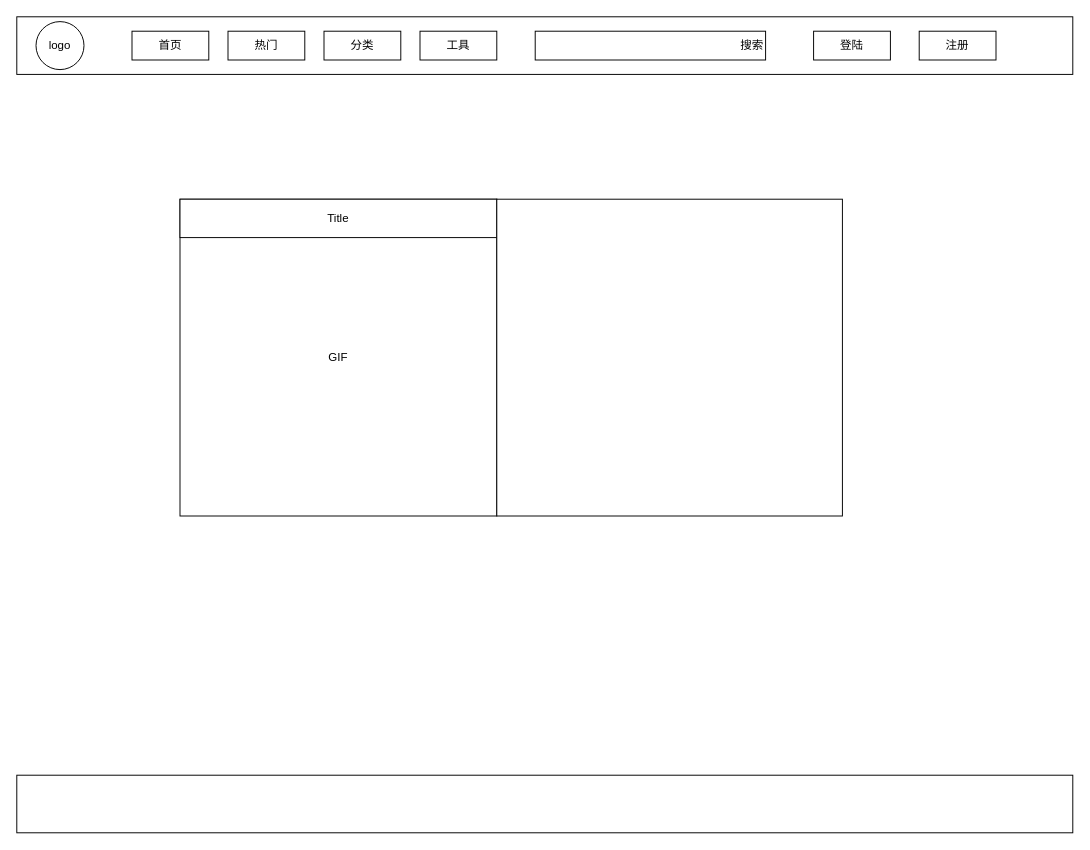
The draw.io diagram page "login&Register" (6 of 7) of gif.drawio in goldmine/base, before the edit. Source tidied: cells renumbered, new cells numbered last; positions are measured from the earlier drawing's top-left corner, leaving out a move shared by most shapes. Both pictures are drawn from the tidied source at 96%, with x=0, y=0 at pixel (16, 16).
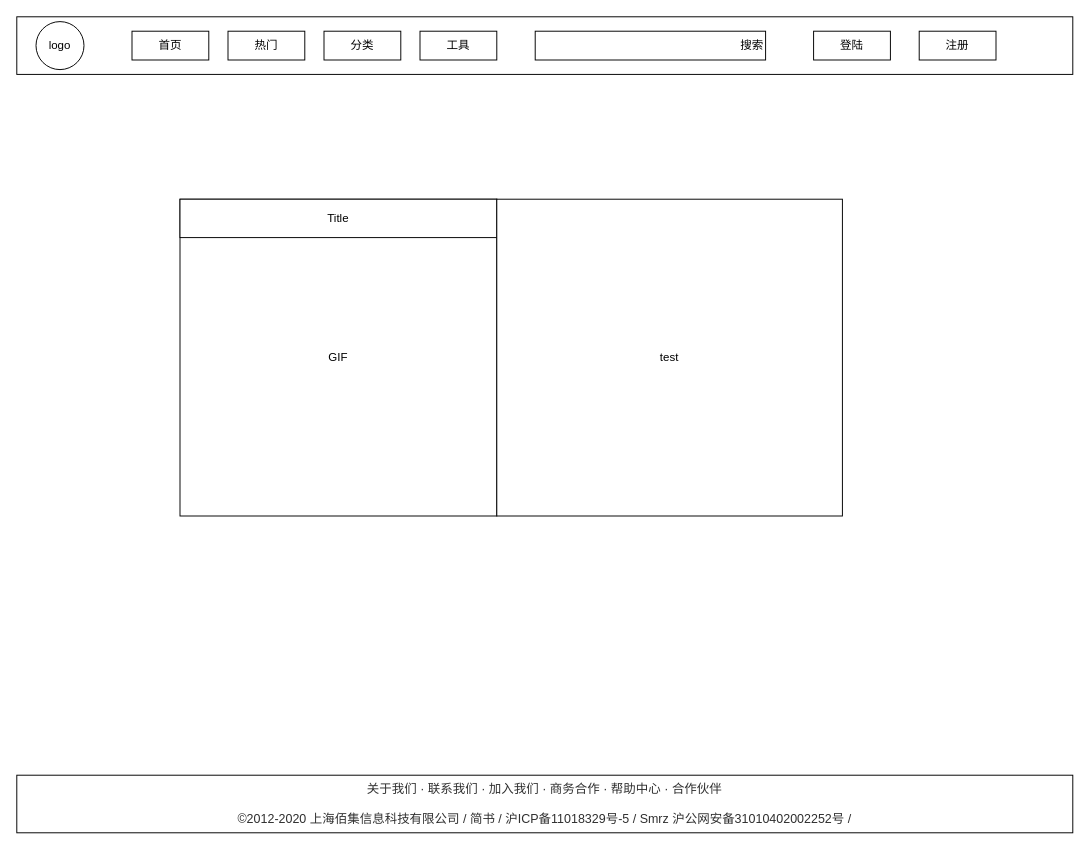
The same page after the edit.

Change to the diagram source:
```diff
@@
 <mxGraphModel>
   <root>
     <mxCell id="0" />
     <mxCell id="1" parent="0" />
     <mxCell id="2" style="rounded=0;whiteSpace=wrap;html=1;" parent="1" vertex="1">
       <mxGeometry width="1100" height="60" as="geometry" />
     </mxCell>
     <mxCell id="3" value="logo" style="ellipse;whiteSpace=wrap;html=1;" parent="1" vertex="1">
       <mxGeometry x="20" y="5" width="50" height="50" as="geometry" />
     </mxCell>
     <mxCell id="4" style="group;" parent="1" vertex="1">
       <mxGeometry x="120" y="15" width="900" height="30" as="geometry" />
     </mxCell>
     <mxCell id="5" value="登陆" style="rounded=0;whiteSpace=wrap;html=1;" parent="4" vertex="1">
       <mxGeometry x="710" width="80" height="30" as="geometry" />
     </mxCell>
     <mxCell id="6" value="注册" style="rounded=0;whiteSpace=wrap;html=1;" parent="4" vertex="1">
       <mxGeometry x="820" width="80" height="30" as="geometry" />
     </mxCell>
     <mxCell id="7" value="首页" style="rounded=0;whiteSpace=wrap;html=1;" parent="4" vertex="1">
       <mxGeometry width="80" height="30" as="geometry" />
     </mxCell>
     <mxCell id="8" value="热门" style="rounded=0;whiteSpace=wrap;html=1;" parent="4" vertex="1">
       <mxGeometry x="100" width="80" height="30" as="geometry" />
     </mxCell>
     <mxCell id="9" value="分类" style="rounded=0;whiteSpace=wrap;html=1;" parent="4" vertex="1">
       <mxGeometry x="200" width="80" height="30" as="geometry" />
     </mxCell>
     <mxCell id="10" value="工具" style="rounded=0;whiteSpace=wrap;html=1;" parent="4" vertex="1">
       <mxGeometry x="300" width="80" height="30" as="geometry" />
     </mxCell>
     <mxCell id="11" value="搜索" style="rounded=0;whiteSpace=wrap;html=1;align=right;" parent="4" vertex="1">
       <mxGeometry x="420" width="240" height="30" as="geometry" />
     </mxCell>
     <mxCell id="12" value="GIF" style="whiteSpace=wrap;html=1;" parent="1" vertex="1">
       <mxGeometry x="170" y="190" width="330" height="330" as="geometry" />
     </mxCell>
     <mxCell id="13" value="Title" style="rounded=0;whiteSpace=wrap;html=1;" parent="1" vertex="1">
       <mxGeometry x="170" y="190" width="330" height="40" as="geometry" />
     </mxCell>
-    <mxCell id="14" style="rounded=0;whiteSpace=wrap;html=1;" parent="1" vertex="1">
+    <mxCell id="14" value="test" style="rounded=0;whiteSpace=wrap;html=1;" parent="1" vertex="1">
       <mxGeometry x="500" y="190" width="360" height="330" as="geometry" />
     </mxCell>
-    <mxCell id="15" style="rounded=0;whiteSpace=wrap;html=1;" parent="1" vertex="1">
+    <mxCell id="15" value="&lt;div&gt;&lt;font color=&quot;#2f2f2f&quot;&gt;&lt;span style=&quot;font-size: 13px&quot;&gt;关于我们 · 联系我们 · 加入我们 · 商务合作 · 帮助中心 · 合作伙伴&lt;/span&gt;&lt;/font&gt;&lt;/div&gt;&lt;div&gt;&lt;font color=&quot;#2f2f2f&quot;&gt;&lt;span style=&quot;font-size: 13px&quot;&gt;&lt;br&gt;&lt;/span&gt;&lt;/font&gt;&lt;/div&gt;&lt;div&gt;&lt;font color=&quot;#2f2f2f&quot;&gt;&lt;span style=&quot;font-size: 13px&quot;&gt;©2012-2020 上海佰集信息科技有限公司 / 简书 / 沪ICP备11018329号-5 / Smrz 沪公网安备31010402002252号 /&lt;/span&gt;&lt;/font&gt;&lt;/div&gt;" style="rounded=0;whiteSpace=wrap;html=1;" parent="1" vertex="1">
       <mxGeometry y="790" width="1100" height="60" as="geometry" />
     </mxCell>
   </root>
 </mxGraphModel>
```
